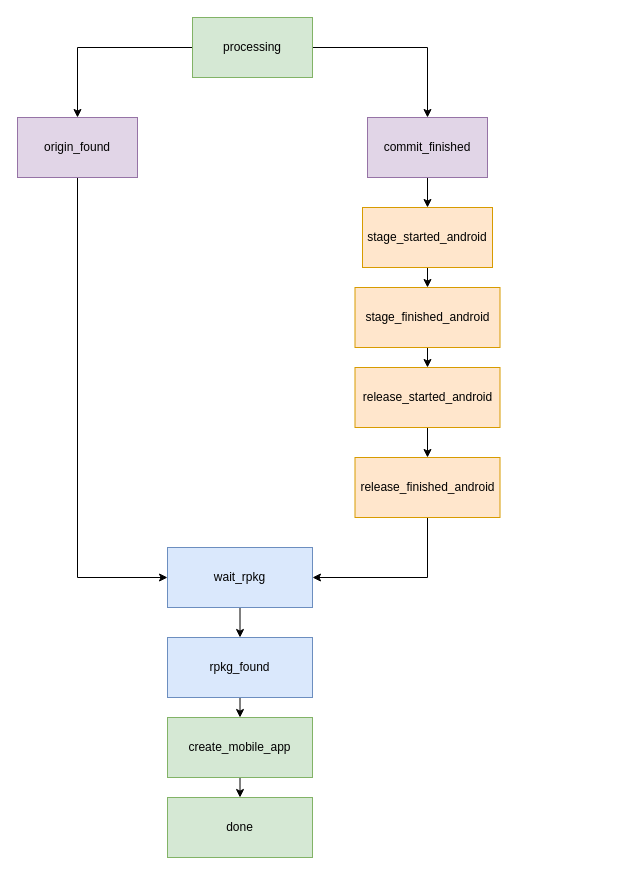
This is Untitled Diagram.drawio from rotemhas/drawio, a draw.io file, before an edit. Source tidied: cells renumbered, new cells numbered last; positions are measured from the earlier drawing's top-left corner, leaving out a move shared by most shapes. Both pictures are drawn from the tidied source at 100%, with x=0, y=0 at pixel (17, 17).
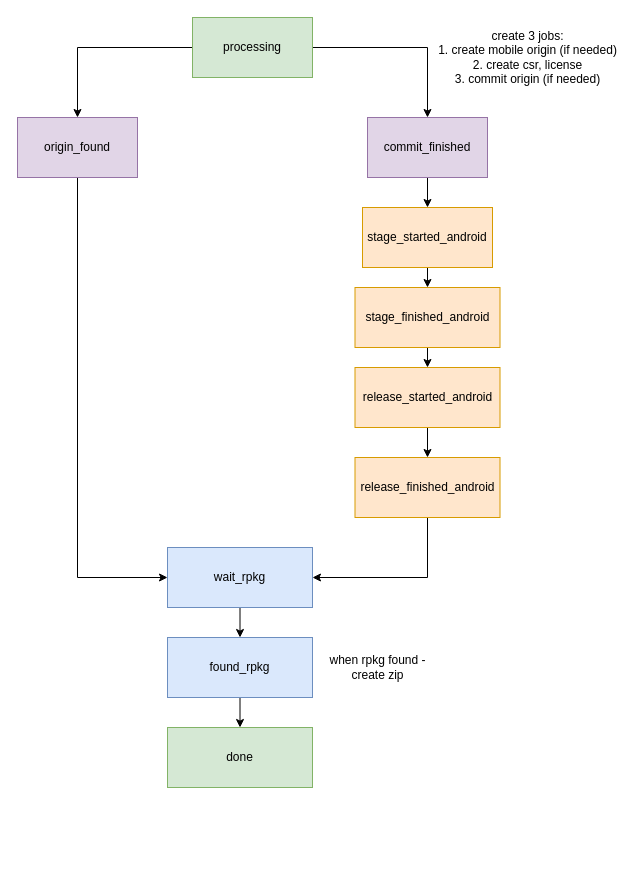
After the change.

Change to the diagram source:
```diff
@@
-    <mxCell id="19" style="edgeStyle=orthogonalEdgeStyle;rounded=0;jettySize=auto;html=1;exitX=0.5;exitY=1;exitDx=0;exitDy=0;entryX=0.5;entryY=0;entryDx=0;entryDy=0;" parent="1" edge="1" source="20" target="22">
-      <mxGeometry relative="1" as="geometry" />
-    </mxCell>
+    <mxCell id="24" style="edgeStyle=orthogonalEdgeStyle;rounded=0;jettySize=auto;html=1;exitX=0.5;exitY=1;exitDx=0;exitDy=0;entryX=0.5;entryY=0;entryDx=0;entryDy=0;" parent="1" edge="1" source="20" target="23">
+      <mxGeometry relative="1" as="geometry" />
+    </mxCell>
-    <mxCell id="20" value="rpkg_found" style="rounded=0;whiteSpace=wrap;html=1;fillColor=#dae8fc;strokeColor=#6c8ebf;" parent="1" vertex="1">
+    <mxCell id="20" value="found_rpkg" style="rounded=0;whiteSpace=wrap;html=1;fillColor=#dae8fc;strokeColor=#6c8ebf;" parent="1" vertex="1">
       <mxGeometry x="150" y="620" width="145" height="60" as="geometry" />
     </mxCell>
-    <mxCell id="21" style="edgeStyle=orthogonalEdgeStyle;rounded=0;jettySize=auto;html=1;exitX=0.5;exitY=1;exitDx=0;exitDy=0;entryX=0.5;entryY=0;entryDx=0;entryDy=0;" parent="1" edge="1" source="22" target="23">
-      <mxGeometry relative="1" as="geometry" />
-    </mxCell>
-    <mxCell id="22" value="create_mobile_app" style="rounded=0;whiteSpace=wrap;html=1;fillColor=#d5e8d4;strokeColor=#82b366;" parent="1" vertex="1">
-      <mxGeometry x="150" y="700" width="145" height="60" as="geometry" />
-    </mxCell>
     <mxCell id="23" value="done" style="rounded=0;whiteSpace=wrap;html=1;fillColor=#d5e8d4;strokeColor=#82b366;" parent="1" vertex="1">
-      <mxGeometry x="150" y="780" width="145" height="60" as="geometry" />
+      <mxGeometry x="150" y="710" width="145" height="60" as="geometry" />
     </mxCell>
+    <mxCell id="25" value="create 3 jobs:&lt;br&gt;1. create mobile origin (if needed)&lt;br&gt;2. create csr, license&lt;br&gt;3. commit origin (if needed)" style="text;html=1;align=center;verticalAlign=middle;" parent="1" vertex="1">
+      <mxGeometry x="415" y="10" width="190" height="60" as="geometry" />
+    </mxCell>
+    <mxCell id="26" value="when rpkg found -&lt;br&gt;create zip" style="text;html=1;align=center;verticalAlign=middle;" parent="1" vertex="1">
+      <mxGeometry x="305" y="635" width="110" height="30" as="geometry" />
+    </mxCell>
```
